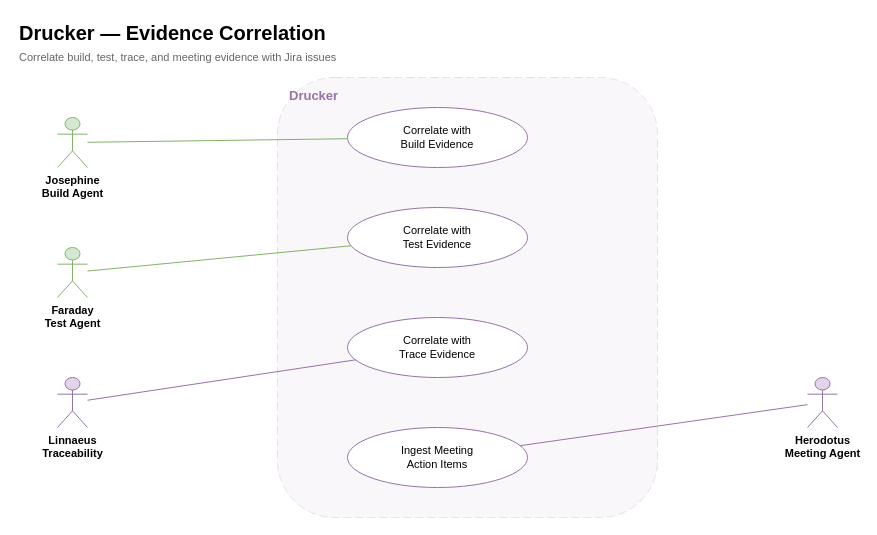
The draw.io diagram page "2 — Evidence Correlation" (2 of 4) of docs/diagrams/workforce/DRUCKER_USE_CASE.drawio in jmac-cornelis/agent-workforce, before the edit. Source tidied: cells renumbered, new cells numbered last; positions are measured from the earlier drawing's top-left corner, leaving out a move shared by most shapes. Both pictures are drawn from the tidied source at 100%, with x=0, y=0 at pixel (17, 17).
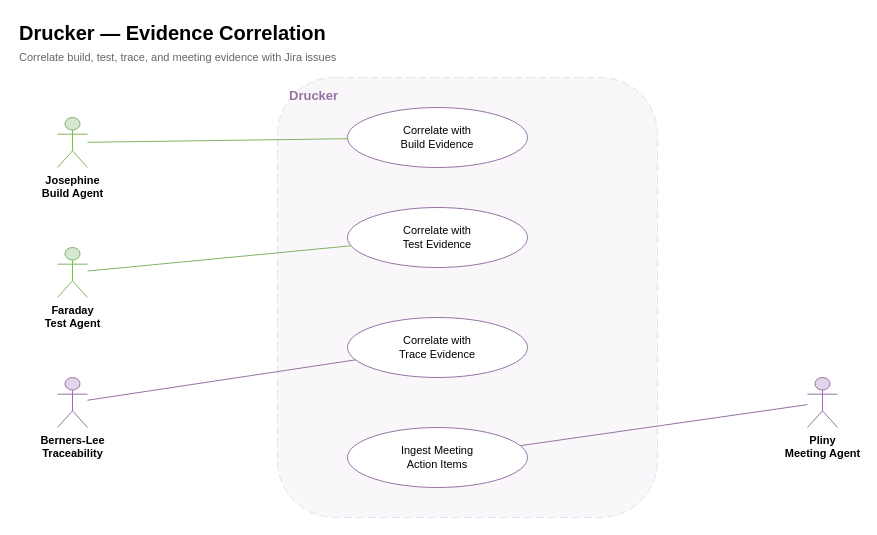
The same diagram, later.

The edit, as a diff of the source:
```diff
@@
 <mxGraphModel>
   <root>
     <mxCell id="0" />
     <mxCell id="1" parent="0" />
     <mxCell id="2" value="Drucker — Evidence Correlation" style="text;html=1;strokeColor=none;fillColor=none;align=left;verticalAlign=middle;fontSize=20;fontStyle=1;" parent="1" vertex="1">
       <mxGeometry width="400" height="30" as="geometry" />
     </mxCell>
     <mxCell id="3" value="Correlate build, test, trace, and meeting evidence with Jira issues" style="text;html=1;strokeColor=none;fillColor=none;align=left;verticalAlign=middle;fontSize=11;fontColor=#666666;" parent="1" vertex="1">
       <mxGeometry y="30" width="550" height="20" as="geometry" />
     </mxCell>
     <mxCell id="4" style="rounded=1;whiteSpace=wrap;html=1;fillColor=#e1d5e7;strokeColor=#9673a6;opacity=20;dashed=1;dashPattern=8 4;" parent="1" vertex="1">
       <mxGeometry x="260" y="60" width="380" height="440" as="geometry" />
     </mxCell>
     <mxCell id="5" value="Drucker" style="text;html=1;strokeColor=none;fillColor=none;align=left;verticalAlign=middle;fontSize=13;fontStyle=1;fontColor=#9673a6;" parent="1" vertex="1">
       <mxGeometry x="270" y="65" width="120" height="25" as="geometry" />
     </mxCell>
     <mxCell id="6" value="Josephine&lt;br&gt;Build Agent" style="shape=umlActor;verticalLabelPosition=bottom;verticalAlign=top;html=1;outlineConnect=0;fontSize=11;fontStyle=1;fillColor=#d5e8d4;strokeColor=#82b366;" parent="1" vertex="1">
       <mxGeometry x="40" y="100" width="30" height="50" as="geometry" />
     </mxCell>
     <mxCell id="7" value="Faraday&lt;br&gt;Test Agent" style="shape=umlActor;verticalLabelPosition=bottom;verticalAlign=top;html=1;outlineConnect=0;fontSize=11;fontStyle=1;fillColor=#d5e8d4;strokeColor=#82b366;" parent="1" vertex="1">
       <mxGeometry x="40" y="230" width="30" height="50" as="geometry" />
     </mxCell>
-    <mxCell id="8" value="Linnaeus&lt;br&gt;Traceability" style="shape=umlActor;verticalLabelPosition=bottom;verticalAlign=top;html=1;outlineConnect=0;fontSize=11;fontStyle=1;fillColor=#e1d5e7;strokeColor=#9673a6;" parent="1" vertex="1">
+    <mxCell id="8" value="Berners-Lee&lt;br&gt;Traceability" style="shape=umlActor;verticalLabelPosition=bottom;verticalAlign=top;html=1;outlineConnect=0;fontSize=11;fontStyle=1;fillColor=#e1d5e7;strokeColor=#9673a6;" parent="1" vertex="1">
       <mxGeometry x="40" y="360" width="30" height="50" as="geometry" />
     </mxCell>
-    <mxCell id="9" value="Herodotus&lt;br&gt;Meeting Agent" style="shape=umlActor;verticalLabelPosition=bottom;verticalAlign=top;html=1;outlineConnect=0;fontSize=11;fontStyle=1;fillColor=#e1d5e7;strokeColor=#9673a6;" parent="1" vertex="1">
+    <mxCell id="9" value="Pliny&lt;br&gt;Meeting Agent" style="shape=umlActor;verticalLabelPosition=bottom;verticalAlign=top;html=1;outlineConnect=0;fontSize=11;fontStyle=1;fillColor=#e1d5e7;strokeColor=#9673a6;" parent="1" vertex="1">
       <mxGeometry x="790" y="360" width="30" height="50" as="geometry" />
     </mxCell>
     <mxCell id="10" value="Correlate with&lt;br&gt;Build Evidence" style="ellipse;whiteSpace=wrap;html=1;fillColor=#ffffff;strokeColor=#9673a6;fontSize=11;" parent="1" vertex="1">
       <mxGeometry x="330" y="90" width="180" height="60" as="geometry" />
     </mxCell>
     <mxCell id="11" value="Correlate with&lt;br&gt;Test Evidence" style="ellipse;whiteSpace=wrap;html=1;fillColor=#ffffff;strokeColor=#9673a6;fontSize=11;" parent="1" vertex="1">
       <mxGeometry x="330" y="190" width="180" height="60" as="geometry" />
     </mxCell>
     <mxCell id="12" value="Correlate with&lt;br&gt;Trace Evidence" style="ellipse;whiteSpace=wrap;html=1;fillColor=#ffffff;strokeColor=#9673a6;fontSize=11;" parent="1" vertex="1">
       <mxGeometry x="330" y="300" width="180" height="60" as="geometry" />
     </mxCell>
     <mxCell id="13" value="Ingest Meeting&lt;br&gt;Action Items" style="ellipse;whiteSpace=wrap;html=1;fillColor=#ffffff;strokeColor=#9673a6;fontSize=11;" parent="1" vertex="1">
       <mxGeometry x="330" y="410" width="180" height="60" as="geometry" />
     </mxCell>
     <mxCell id="14" style="endArrow=none;html=1;strokeColor=#82b366;" parent="1" edge="1" source="6" target="10">
       <mxGeometry relative="1" as="geometry" />
     </mxCell>
     <mxCell id="15" style="endArrow=none;html=1;strokeColor=#82b366;" parent="1" edge="1" source="7" target="11">
       <mxGeometry relative="1" as="geometry" />
     </mxCell>
     <mxCell id="16" style="endArrow=none;html=1;strokeColor=#9673a6;" parent="1" edge="1" source="8" target="12">
       <mxGeometry relative="1" as="geometry" />
     </mxCell>
     <mxCell id="17" style="endArrow=none;html=1;strokeColor=#9673a6;" parent="1" edge="1" source="9" target="13">
       <mxGeometry relative="1" as="geometry" />
     </mxCell>
   </root>
 </mxGraphModel>
```
